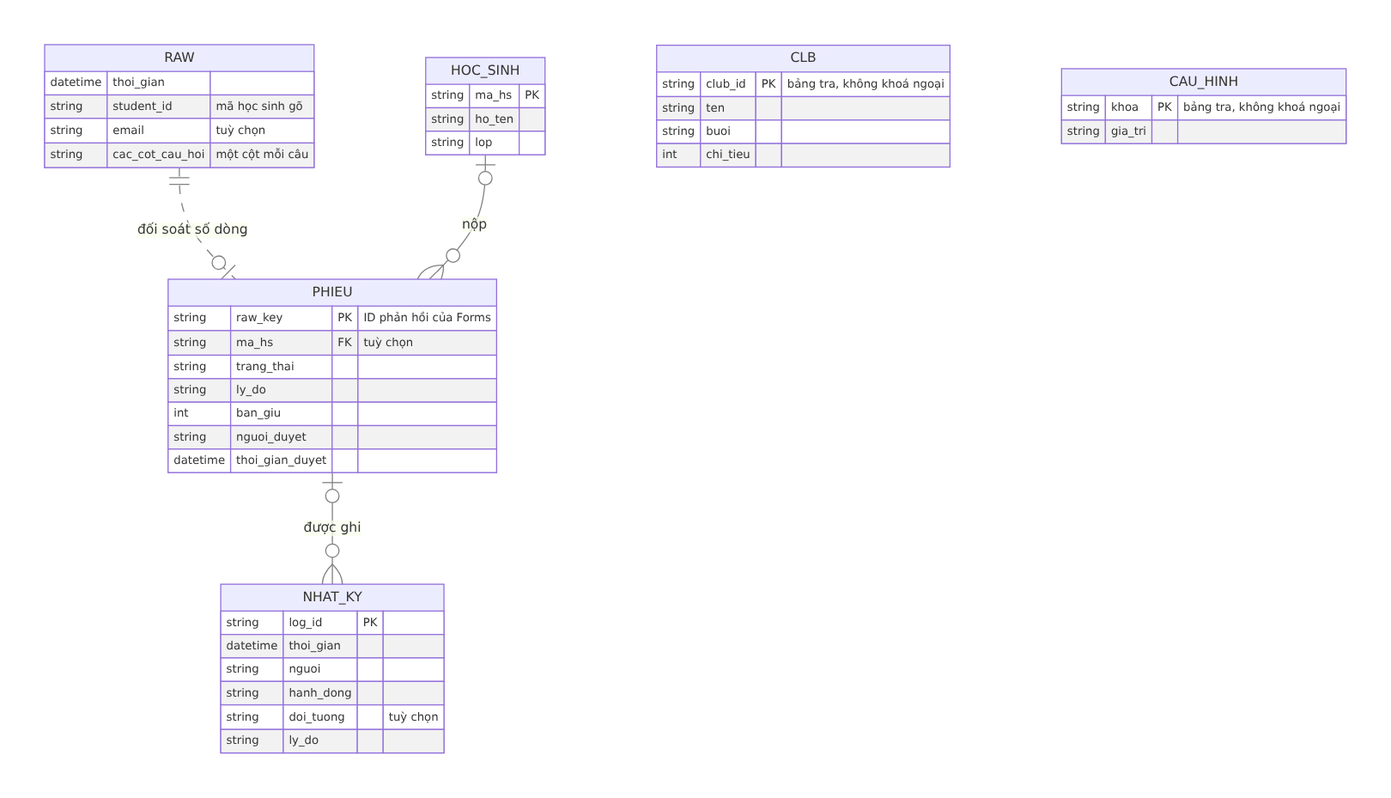
Before: docs/he_sinh_thai/anh/d_erd.png, a diagram exported from Mermaid (nguyenphanvantruong6969-arch/TESTING-DEV). Its source is kept beside it as docs/he_sinh_thai/anh/d_erd.mmd.
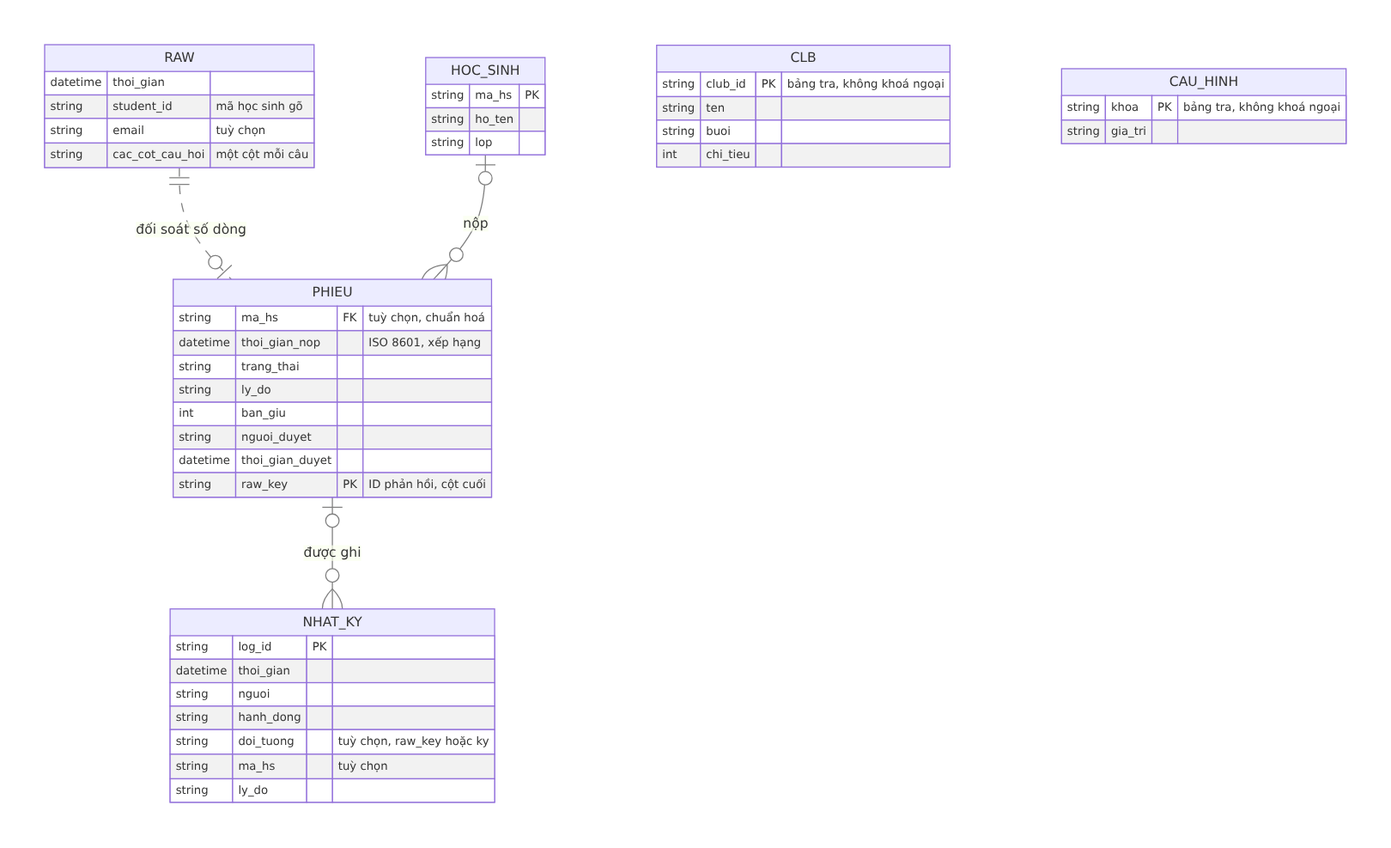
After the commit.

Commit message:
T4 sửa vòng 3b: quy ước cài đặt cho K2 (mục 7.7), vòng đời trigger tách đóng form và kết thúc lô, dọn hàng dở đầu lô, thoi_gian_nop, xuất riêng khỏi chốt

Change to the diagram source:
```diff
@@ -9,13 +9,14 @@
     string cac_cot_cau_hoi "một cột mỗi câu"
   }
   PHIEU {
-    string raw_key PK "ID phản hồi của Forms"
-    string ma_hs FK "tuỳ chọn"
+    string ma_hs FK "tuỳ chọn, chuẩn hoá"
+    datetime thoi_gian_nop "ISO 8601, xếp hạng"
     string trang_thai
     string ly_do
     int ban_giu
     string nguoi_duyet
     datetime thoi_gian_duyet
+    string raw_key PK "ID phản hồi, cột cuối"
   }
   HOC_SINH {
     string ma_hs PK
@@ -33,7 +34,8 @@
     datetime thoi_gian
     string nguoi
     string hanh_dong
-    string doi_tuong "tuỳ chọn"
+    string doi_tuong "tuỳ chọn, raw_key hoặc ky"
+    string ma_hs "tuỳ chọn"
     string ly_do
   }
   CAU_HINH {
```
